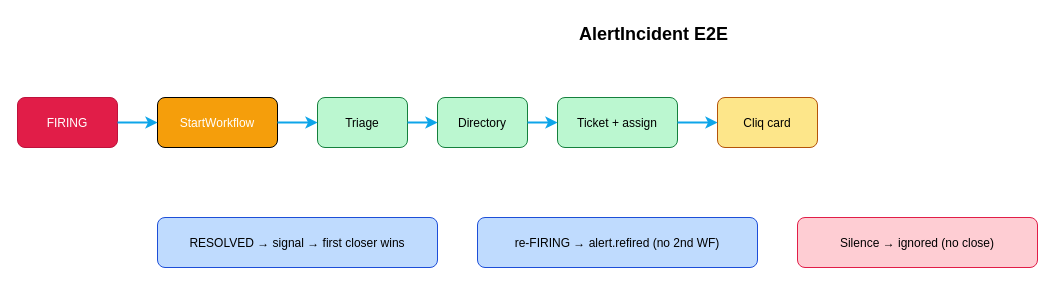
Before: page "AlertIncident E2E" (3 of 8) of docs/agent-platform/agent-platform.drawio in AM-Portfolio/am-agents, a draw.io diagram. Source tidied: cells renumbered, new cells numbered last; positions are measured from the earlier drawing's top-left corner, leaving out a move shared by most shapes. Both pictures are drawn from the tidied source at 100%, with x=0, y=0 at pixel (17, 17).
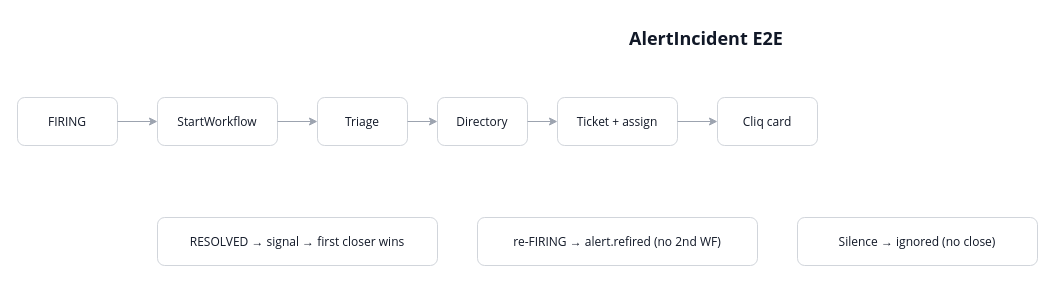
The same diagram, later.

The edit, as a diff of the source:
```diff
@@
-<mxGraphModel background="#ffffff">
+<mxGraphModel background="#FFFFFF">
   <root>
     <mxCell id="0" />
     <mxCell id="1" parent="0" />
-    <mxCell id="2" value="&lt;b&gt;AlertIncident E2E&lt;/b&gt;" style="text;html=1;fontSize=18;" parent="1" vertex="1">
-      <mxGeometry x="560" width="300" height="30" as="geometry" />
+    <mxCell id="2" value="&lt;b&gt;AlertIncident E2E&lt;/b&gt;" style="text;html=1;fontSize=18;fontColor=#111827;fontFamily=Segoe UI;" parent="1" vertex="1">
+      <mxGeometry x="610" y="4" width="260" height="30" as="geometry" />
     </mxCell>
-    <mxCell id="3" value="FIRING" style="rounded=1;fillColor=#E11D48;fontColor=#fff;strokeColor=#BE123C;" parent="1" vertex="1">
-      <mxGeometry y="80" width="100" height="50" as="geometry" />
+    <mxCell id="3" value="FIRING" style="rounded=1;fillColor=#FFFFFF;fontColor=#111827;strokeColor=#D1D5DB;fontFamily=Segoe UI;" parent="1" vertex="1">
+      <mxGeometry y="80" width="100" height="48" as="geometry" />
     </mxCell>
-    <mxCell id="4" value="StartWorkflow" style="rounded=1;fillColor=#F59E0B;fontColor=#fff;" parent="1" vertex="1">
-      <mxGeometry x="140" y="80" width="120" height="50" as="geometry" />
+    <mxCell id="4" value="StartWorkflow" style="rounded=1;fillColor=#FFFFFF;fontColor=#111827;strokeColor=#D1D5DB;fontFamily=Segoe UI;" parent="1" vertex="1">
+      <mxGeometry x="140" y="80" width="120" height="48" as="geometry" />
     </mxCell>
-    <mxCell id="5" value="Triage" style="rounded=1;fillColor=#BBF7D0;strokeColor=#15803D;" parent="1" vertex="1">
-      <mxGeometry x="300" y="80" width="90" height="50" as="geometry" />
+    <mxCell id="5" value="Triage" style="rounded=1;fillColor=#FFFFFF;fontColor=#111827;strokeColor=#D1D5DB;fontFamily=Segoe UI;" parent="1" vertex="1">
+      <mxGeometry x="300" y="80" width="90" height="48" as="geometry" />
     </mxCell>
-    <mxCell id="6" value="Directory" style="rounded=1;fillColor=#BBF7D0;strokeColor=#15803D;" parent="1" vertex="1">
-      <mxGeometry x="420" y="80" width="90" height="50" as="geometry" />
+    <mxCell id="6" value="Directory" style="rounded=1;fillColor=#FFFFFF;fontColor=#111827;strokeColor=#D1D5DB;fontFamily=Segoe UI;" parent="1" vertex="1">
+      <mxGeometry x="420" y="80" width="90" height="48" as="geometry" />
     </mxCell>
-    <mxCell id="7" value="Ticket + assign" style="rounded=1;fillColor=#BBF7D0;strokeColor=#15803D;" parent="1" vertex="1">
-      <mxGeometry x="540" y="80" width="120" height="50" as="geometry" />
+    <mxCell id="7" value="Ticket + assign" style="rounded=1;fillColor=#FFFFFF;fontColor=#111827;strokeColor=#D1D5DB;fontFamily=Segoe UI;" parent="1" vertex="1">
+      <mxGeometry x="540" y="80" width="120" height="48" as="geometry" />
     </mxCell>
-    <mxCell id="8" value="Cliq card" style="rounded=1;fillColor=#FDE68A;strokeColor=#B45309;" parent="1" vertex="1">
-      <mxGeometry x="700" y="80" width="100" height="50" as="geometry" />
+    <mxCell id="8" value="Cliq card" style="rounded=1;fillColor=#FFFFFF;fontColor=#111827;strokeColor=#D1D5DB;fontFamily=Segoe UI;" parent="1" vertex="1">
+      <mxGeometry x="700" y="80" width="100" height="48" as="geometry" />
     </mxCell>
-    <mxCell id="9" style="edgeStyle=orthogonalEdgeStyle;endArrow=classic;strokeColor=#0EA5E9;strokeWidth=2;" parent="1" edge="1" source="3" target="4">
+    <mxCell id="9" style="edgeStyle=orthogonalEdgeStyle;endArrow=classic;strokeColor=#9CA3AF;strokeWidth=1;" parent="1" edge="1" source="3" target="4">
       <mxGeometry relative="1" as="geometry" />
     </mxCell>
-    <mxCell id="10" style="edgeStyle=orthogonalEdgeStyle;endArrow=classic;strokeColor=#0EA5E9;strokeWidth=2;" parent="1" edge="1" source="4" target="5">
+    <mxCell id="10" style="edgeStyle=orthogonalEdgeStyle;endArrow=classic;strokeColor=#9CA3AF;strokeWidth=1;" parent="1" edge="1" source="4" target="5">
       <mxGeometry relative="1" as="geometry" />
     </mxCell>
-    <mxCell id="11" style="edgeStyle=orthogonalEdgeStyle;endArrow=classic;strokeColor=#0EA5E9;strokeWidth=2;" parent="1" edge="1" source="5" target="6">
+    <mxCell id="11" style="edgeStyle=orthogonalEdgeStyle;endArrow=classic;strokeColor=#9CA3AF;strokeWidth=1;" parent="1" edge="1" source="5" target="6">
       <mxGeometry relative="1" as="geometry" />
     </mxCell>
-    <mxCell id="12" style="edgeStyle=orthogonalEdgeStyle;endArrow=classic;strokeColor=#0EA5E9;strokeWidth=2;" parent="1" edge="1" source="6" target="7">
+    <mxCell id="12" style="edgeStyle=orthogonalEdgeStyle;endArrow=classic;strokeColor=#9CA3AF;strokeWidth=1;" parent="1" edge="1" source="6" target="7">
       <mxGeometry relative="1" as="geometry" />
     </mxCell>
-    <mxCell id="13" style="edgeStyle=orthogonalEdgeStyle;endArrow=classic;strokeColor=#0EA5E9;strokeWidth=2;" parent="1" edge="1" source="7" target="8">
+    <mxCell id="13" style="edgeStyle=orthogonalEdgeStyle;endArrow=classic;strokeColor=#9CA3AF;strokeWidth=1;" parent="1" edge="1" source="7" target="8">
       <mxGeometry relative="1" as="geometry" />
     </mxCell>
-    <mxCell id="14" value="RESOLVED → signal → first closer wins" style="rounded=1;fillColor=#BFDBFE;strokeColor=#1D4ED8;" parent="1" vertex="1">
-      <mxGeometry x="140" y="200" width="280" height="50" as="geometry" />
+    <mxCell id="14" value="RESOLVED → signal → first closer wins" style="rounded=1;fillColor=#FFFFFF;fontColor=#111827;strokeColor=#D1D5DB;fontFamily=Segoe UI;" parent="1" vertex="1">
+      <mxGeometry x="140" y="200" width="280" height="48" as="geometry" />
     </mxCell>
-    <mxCell id="15" value="re-FIRING → alert.refired (no 2nd WF)" style="rounded=1;fillColor=#BFDBFE;strokeColor=#1D4ED8;" parent="1" vertex="1">
-      <mxGeometry x="460" y="200" width="280" height="50" as="geometry" />
+    <mxCell id="15" value="re-FIRING → alert.refired (no 2nd WF)" style="rounded=1;fillColor=#FFFFFF;fontColor=#111827;strokeColor=#D1D5DB;fontFamily=Segoe UI;" parent="1" vertex="1">
+      <mxGeometry x="460" y="200" width="280" height="48" as="geometry" />
     </mxCell>
-    <mxCell id="16" value="Silence → ignored (no close)" style="rounded=1;fillColor=#FECDD3;strokeColor=#E11D48;" parent="1" vertex="1">
-      <mxGeometry x="780" y="200" width="240" height="50" as="geometry" />
+    <mxCell id="16" value="Silence → ignored (no close)" style="rounded=1;fillColor=#FFFFFF;fontColor=#111827;strokeColor=#D1D5DB;fontFamily=Segoe UI;" parent="1" vertex="1">
+      <mxGeometry x="780" y="200" width="240" height="48" as="geometry" />
     </mxCell>
   </root>
 </mxGraphModel>
```
